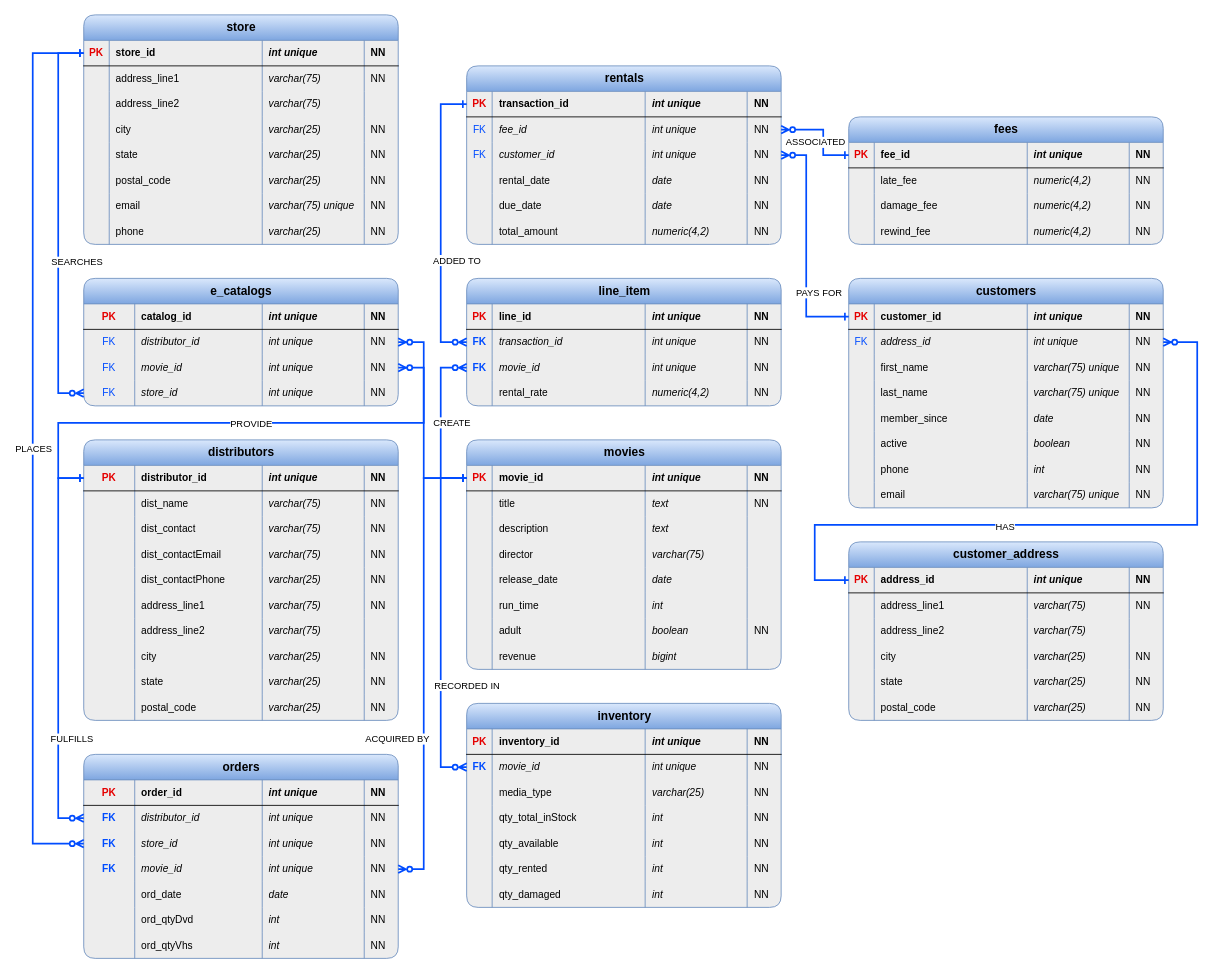
This is mis407-ct4-portfolio-milestone.drawio from argounova/draw-io, a draw.io file, before an edit. Source tidied: cells renumbered, new cells numbered last; positions are measured from the earlier drawing's top-left corner, leaving out a move shared by most shapes. Both pictures are drawn from the tidied source at 85%, with x=0, y=0 at pixel (32, 14).
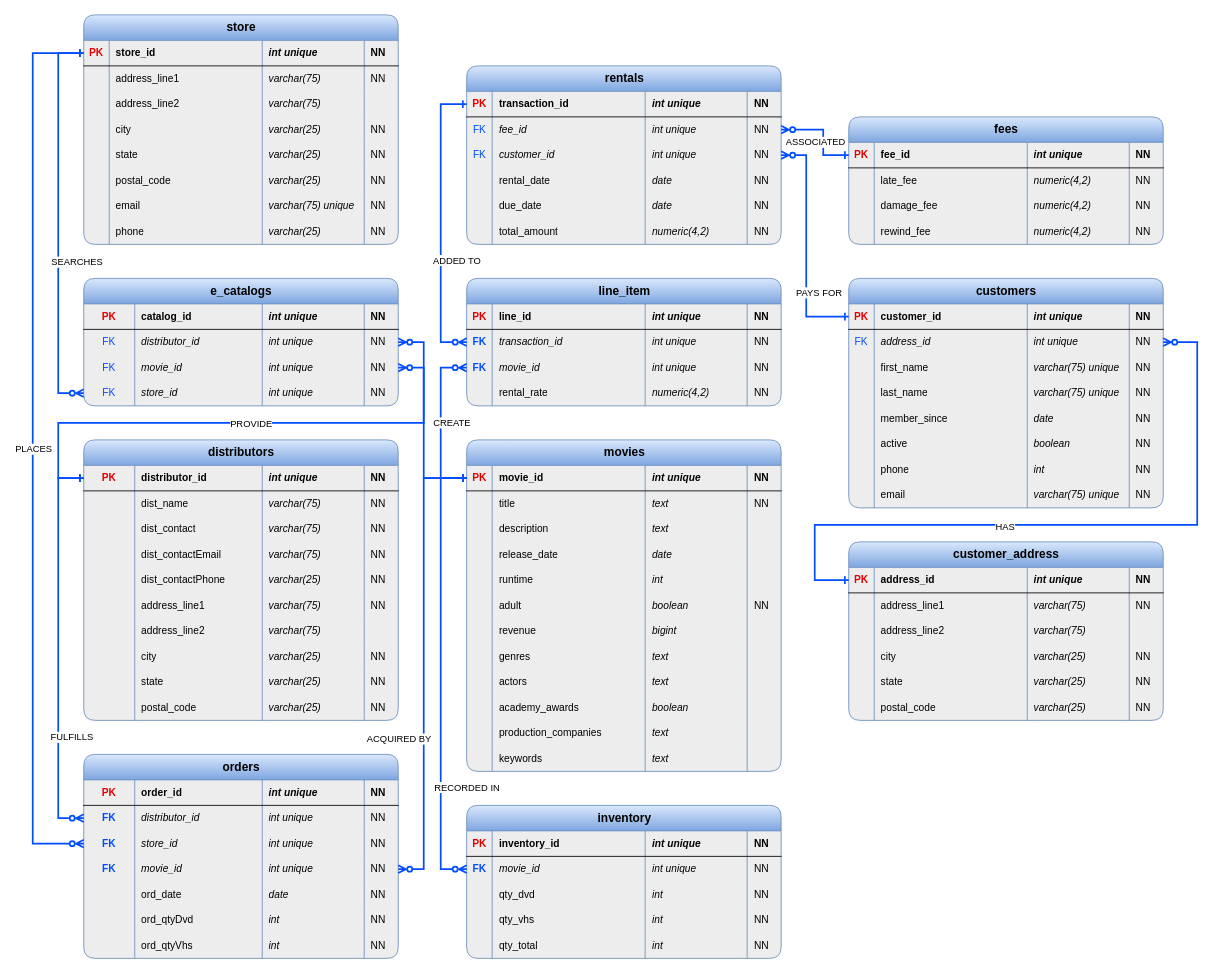
After the change.

Unchanged cells that the change refers to:
```xml
<mxCell id="96" style="shape=tableRow;horizontal=0;startSize=0;swimlaneHead=0;swimlaneBody=0;fillColor=none;points=[[0,0.5],[1,0.5]];portConstraint=eastwest;top=0;left=0;right=0;bottom=1;" parent="95" vertex="1">
  <mxGeometry y="30" width="370" height="30" as="geometry" />
</mxCell>
<mxCell id="353" style="edgeStyle=orthogonalEdgeStyle;fontSize=12;html=1;endArrow=ERone;endFill=0;rounded=0;strokeColor=#004CFF;strokeWidth=2;startArrow=ERzeroToMany;startFill=0;entryX=0;entryY=0.5;entryDx=0;entryDy=0;exitX=0;exitY=0.5;exitDx=0;exitDy=0;" parent="1" edge="1" source="321" target="137">
  <mxGeometry relative="1" as="geometry">
    <Array as="points">
      <mxPoint x="30" y="945" />
      <mxPoint x="30" y="545" />
    </Array>
  </mxGeometry>
</mxCell>
<mxCell id="355" style="edgeStyle=orthogonalEdgeStyle;fontSize=12;html=1;endArrow=ERone;startArrow=ERzeroToMany;rounded=0;exitX=1;exitY=0.5;exitDx=0;exitDy=0;entryX=0;entryY=0.5;entryDx=0;entryDy=0;strokeWidth=2;strokeColor=#004CFF;endFill=0;startFill=0;" parent="1" edge="1" source="331" target="96">
  <mxGeometry relative="1" as="geometry">
    <Array as="points">
      <mxPoint x="460" y="1005" />
      <mxPoint x="460" y="545" />
    </Array>
  </mxGeometry>
</mxCell>
<mxCell id="363" style="shape=tableRow;horizontal=0;startSize=0;swimlaneHead=0;swimlaneBody=0;fillColor=none;points=[[0,0.5],[1,0.5]];portConstraint=eastwest;top=0;left=0;right=0;bottom=0;" parent="357" vertex="1">
  <mxGeometry y="60" width="370" height="30" as="geometry" />
</mxCell>
```

Change to the diagram source:
```diff
@@
     <mxCell id="95" value="movies" style="shape=table;startSize=30;childLayout=tableLayout;rowLines=0;fontStyle=1;align=center;html=1;fontSize=14;fillColor=#dae8fc;gradientColor=#7ea6e0;strokeColor=#6c8ebf;swimlaneFillColor=#EDEDED;rounded=1;shadow=0;" parent="1" vertex="1">
-      <mxGeometry x="510.5" y="500" width="370" height="270" as="geometry" />
+      <mxGeometry x="510.5" y="500" width="370" height="390" as="geometry" />
     </mxCell>
@@
-    <mxCell id="111" style="shape=tableRow;horizontal=0;startSize=0;swimlaneHead=0;swimlaneBody=0;fillColor=none;top=0;left=0;right=0;bottom=0;" parent="95" vertex="1">
-      <mxGeometry y="120" width="370" height="30" as="geometry" />
-    </mxCell>
-    <mxCell id="112" style="shape=partialRectangle;fillColor=none;top=0;left=0;bottom=0;right=0;overflow=hidden;whiteSpace=wrap;html=1;" parent="111" vertex="1">
-      <mxGeometry width="30" height="30" as="geometry" />
-    </mxCell>
-    <mxCell id="113" value="director" style="shape=partialRectangle;fillColor=none;top=0;left=0;bottom=0;right=0;align=left;spacingLeft=6;overflow=hidden;whiteSpace=wrap;html=1;shadow=1;" parent="111" vertex="1">
-      <mxGeometry x="30" width="180" height="30" as="geometry" />
-    </mxCell>
-    <mxCell id="114" value="varchar(75)&amp;nbsp;" style="shape=partialRectangle;fillColor=none;top=0;left=0;bottom=0;right=0;align=left;spacingLeft=6;overflow=hidden;whiteSpace=wrap;html=1;shadow=1;fontStyle=2;" parent="111" vertex="1">
-      <mxGeometry x="210" width="120" height="30" as="geometry" />
-    </mxCell>
-    <mxCell id="115" style="shape=partialRectangle;fillColor=none;top=0;left=0;bottom=0;right=0;align=left;spacingLeft=6;overflow=hidden;whiteSpace=wrap;html=1;shadow=1;" parent="111" vertex="1">
-      <mxGeometry x="330" width="40" height="30" as="geometry" />
-    </mxCell>
     <mxCell id="116" style="shape=tableRow;horizontal=0;startSize=0;swimlaneHead=0;swimlaneBody=0;fillColor=none;top=0;left=0;right=0;bottom=0;" parent="95" vertex="1">
-      <mxGeometry y="150" width="370" height="30" as="geometry" />
+      <mxGeometry y="120" width="370" height="30" as="geometry" />
     </mxCell>
@@
     <mxCell id="121" style="shape=tableRow;horizontal=0;startSize=0;swimlaneHead=0;swimlaneBody=0;fillColor=none;top=0;left=0;right=0;bottom=0;" parent="95" vertex="1">
-      <mxGeometry y="180" width="370" height="30" as="geometry" />
+      <mxGeometry y="150" width="370" height="30" as="geometry" />
     </mxCell>
@@
-    <mxCell id="123" value="run_time" style="shape=partialRectangle;fillColor=none;top=0;left=0;bottom=0;right=0;align=left;spacingLeft=6;overflow=hidden;whiteSpace=wrap;html=1;" parent="121" vertex="1">
+    <mxCell id="123" value="runtime&amp;nbsp;" style="shape=partialRectangle;fillColor=none;top=0;left=0;bottom=0;right=0;align=left;spacingLeft=6;overflow=hidden;whiteSpace=wrap;html=1;" parent="121" vertex="1">
       <mxGeometry x="30" width="180" height="30" as="geometry" />
     </mxCell>
@@
     <mxCell id="126" style="shape=tableRow;horizontal=0;startSize=0;swimlaneHead=0;swimlaneBody=0;fillColor=none;top=0;left=0;right=0;bottom=0;" parent="95" vertex="1">
-      <mxGeometry y="210" width="370" height="30" as="geometry" />
+      <mxGeometry y="180" width="370" height="30" as="geometry" />
     </mxCell>
@@
     <mxCell id="131" style="shape=tableRow;horizontal=0;startSize=0;swimlaneHead=0;swimlaneBody=0;fillColor=none;top=0;left=0;right=0;bottom=0;" parent="95" vertex="1">
-      <mxGeometry y="240" width="370" height="30" as="geometry" />
+      <mxGeometry y="210" width="370" height="30" as="geometry" />
     </mxCell>
@@
-    <mxCell id="134" value="bigint" style="shape=partialRectangle;fillColor=none;top=0;left=0;bottom=0;right=0;align=left;spacingLeft=6;overflow=hidden;whiteSpace=wrap;html=1;fontStyle=2;" parent="131" vertex="1">
+    <mxCell id="134" value="bigint&amp;nbsp;" style="shape=partialRectangle;fillColor=none;top=0;left=0;bottom=0;right=0;align=left;spacingLeft=6;overflow=hidden;whiteSpace=wrap;html=1;fontStyle=2;" parent="131" vertex="1">
       <mxGeometry x="210" width="120" height="30" as="geometry" />
     </mxCell>
@@
+    <mxCell id="396" style="shape=tableRow;horizontal=0;startSize=0;swimlaneHead=0;swimlaneBody=0;fillColor=none;top=0;left=0;right=0;bottom=0;" parent="95" vertex="1">
+      <mxGeometry y="240" width="370" height="30" as="geometry" />
+    </mxCell>
+    <mxCell id="397" style="shape=partialRectangle;fillColor=none;top=0;left=0;bottom=0;right=0;overflow=hidden;whiteSpace=wrap;html=1;" parent="396" vertex="1">
+      <mxGeometry width="30" height="30" as="geometry" />
+    </mxCell>
+    <mxCell id="398" value="genres" style="shape=partialRectangle;fillColor=none;top=0;left=0;bottom=0;right=0;align=left;spacingLeft=6;overflow=hidden;whiteSpace=wrap;html=1;" parent="396" vertex="1">
+      <mxGeometry x="30" width="180" height="30" as="geometry" />
+    </mxCell>
+    <mxCell id="399" value="text&amp;nbsp;" style="shape=partialRectangle;fillColor=none;top=0;left=0;bottom=0;right=0;align=left;spacingLeft=6;overflow=hidden;whiteSpace=wrap;html=1;fontStyle=2;" parent="396" vertex="1">
+      <mxGeometry x="210" width="120" height="30" as="geometry" />
+    </mxCell>
+    <mxCell id="400" style="shape=partialRectangle;fillColor=none;top=0;left=0;bottom=0;right=0;align=left;spacingLeft=6;overflow=hidden;whiteSpace=wrap;html=1;" parent="396" vertex="1">
+      <mxGeometry x="330" width="40" height="30" as="geometry" />
+    </mxCell>
+    <mxCell id="401" style="shape=tableRow;horizontal=0;startSize=0;swimlaneHead=0;swimlaneBody=0;fillColor=none;top=0;left=0;right=0;bottom=0;" parent="95" vertex="1">
+      <mxGeometry y="270" width="370" height="30" as="geometry" />
+    </mxCell>
+    <mxCell id="402" style="shape=partialRectangle;fillColor=none;top=0;left=0;bottom=0;right=0;overflow=hidden;whiteSpace=wrap;html=1;" parent="401" vertex="1">
+      <mxGeometry width="30" height="30" as="geometry" />
+    </mxCell>
+    <mxCell id="403" value="actors" style="shape=partialRectangle;fillColor=none;top=0;left=0;bottom=0;right=0;align=left;spacingLeft=6;overflow=hidden;whiteSpace=wrap;html=1;" parent="401" vertex="1">
+      <mxGeometry x="30" width="180" height="30" as="geometry" />
+    </mxCell>
+    <mxCell id="404" value="text&amp;nbsp;" style="shape=partialRectangle;fillColor=none;top=0;left=0;bottom=0;right=0;align=left;spacingLeft=6;overflow=hidden;whiteSpace=wrap;html=1;fontStyle=2;" parent="401" vertex="1">
+      <mxGeometry x="210" width="120" height="30" as="geometry" />
+    </mxCell>
+    <mxCell id="405" style="shape=partialRectangle;fillColor=none;top=0;left=0;bottom=0;right=0;align=left;spacingLeft=6;overflow=hidden;whiteSpace=wrap;html=1;" parent="401" vertex="1">
+      <mxGeometry x="330" width="40" height="30" as="geometry" />
+    </mxCell>
+    <mxCell id="406" style="shape=tableRow;horizontal=0;startSize=0;swimlaneHead=0;swimlaneBody=0;fillColor=none;top=0;left=0;right=0;bottom=0;" parent="95" vertex="1">
+      <mxGeometry y="300" width="370" height="30" as="geometry" />
+    </mxCell>
+    <mxCell id="407" style="shape=partialRectangle;fillColor=none;top=0;left=0;bottom=0;right=0;overflow=hidden;whiteSpace=wrap;html=1;" parent="406" vertex="1">
+      <mxGeometry width="30" height="30" as="geometry" />
+    </mxCell>
+    <mxCell id="408" value="academy_awards" style="shape=partialRectangle;fillColor=none;top=0;left=0;bottom=0;right=0;align=left;spacingLeft=6;overflow=hidden;whiteSpace=wrap;html=1;" parent="406" vertex="1">
+      <mxGeometry x="30" width="180" height="30" as="geometry" />
+    </mxCell>
+    <mxCell id="409" value="boolean&amp;nbsp;" style="shape=partialRectangle;fillColor=none;top=0;left=0;bottom=0;right=0;align=left;spacingLeft=6;overflow=hidden;whiteSpace=wrap;html=1;fontStyle=2;" parent="406" vertex="1">
+      <mxGeometry x="210" width="120" height="30" as="geometry" />
+    </mxCell>
+    <mxCell id="410" style="shape=partialRectangle;fillColor=none;top=0;left=0;bottom=0;right=0;align=left;spacingLeft=6;overflow=hidden;whiteSpace=wrap;html=1;" parent="406" vertex="1">
+      <mxGeometry x="330" width="40" height="30" as="geometry" />
+    </mxCell>
+    <mxCell id="411" style="shape=tableRow;horizontal=0;startSize=0;swimlaneHead=0;swimlaneBody=0;fillColor=none;top=0;left=0;right=0;bottom=0;" parent="95" vertex="1">
+      <mxGeometry y="330" width="370" height="30" as="geometry" />
+    </mxCell>
+    <mxCell id="412" style="shape=partialRectangle;fillColor=none;top=0;left=0;bottom=0;right=0;overflow=hidden;whiteSpace=wrap;html=1;" parent="411" vertex="1">
+      <mxGeometry width="30" height="30" as="geometry" />
+    </mxCell>
+    <mxCell id="413" value="production_companies" style="shape=partialRectangle;fillColor=none;top=0;left=0;bottom=0;right=0;align=left;spacingLeft=6;overflow=hidden;whiteSpace=wrap;html=1;" parent="411" vertex="1">
+      <mxGeometry x="30" width="180" height="30" as="geometry" />
+    </mxCell>
+    <mxCell id="414" value="text&amp;nbsp;" style="shape=partialRectangle;fillColor=none;top=0;left=0;bottom=0;right=0;align=left;spacingLeft=6;overflow=hidden;whiteSpace=wrap;html=1;fontStyle=2;" parent="411" vertex="1">
+      <mxGeometry x="210" width="120" height="30" as="geometry" />
+    </mxCell>
+    <mxCell id="415" style="shape=partialRectangle;fillColor=none;top=0;left=0;bottom=0;right=0;align=left;spacingLeft=6;overflow=hidden;whiteSpace=wrap;html=1;" parent="411" vertex="1">
+      <mxGeometry x="330" width="40" height="30" as="geometry" />
+    </mxCell>
+    <mxCell id="416" style="shape=tableRow;horizontal=0;startSize=0;swimlaneHead=0;swimlaneBody=0;fillColor=none;top=0;left=0;right=0;bottom=0;" parent="95" vertex="1">
+      <mxGeometry y="360" width="370" height="30" as="geometry" />
+    </mxCell>
+    <mxCell id="417" style="shape=partialRectangle;fillColor=none;top=0;left=0;bottom=0;right=0;overflow=hidden;whiteSpace=wrap;html=1;" parent="416" vertex="1">
+      <mxGeometry width="30" height="30" as="geometry" />
+    </mxCell>
+    <mxCell id="418" value="keywords" style="shape=partialRectangle;fillColor=none;top=0;left=0;bottom=0;right=0;align=left;spacingLeft=6;overflow=hidden;whiteSpace=wrap;html=1;" parent="416" vertex="1">
+      <mxGeometry x="30" width="180" height="30" as="geometry" />
+    </mxCell>
+    <mxCell id="419" value="text&amp;nbsp;" style="shape=partialRectangle;fillColor=none;top=0;left=0;bottom=0;right=0;align=left;spacingLeft=6;overflow=hidden;whiteSpace=wrap;html=1;fontStyle=2;" parent="416" vertex="1">
+      <mxGeometry x="210" width="120" height="30" as="geometry" />
+    </mxCell>
+    <mxCell id="420" style="shape=partialRectangle;fillColor=none;top=0;left=0;bottom=0;right=0;align=left;spacingLeft=6;overflow=hidden;whiteSpace=wrap;html=1;" parent="416" vertex="1">
+      <mxGeometry x="330" width="40" height="30" as="geometry" />
+    </mxCell>
@@
     <mxCell id="354" value="FULFILLS" style="edgeLabel;html=1;align=center;verticalAlign=middle;" parent="353" vertex="1">
       <mxGeometry x="0.04" relative="1" as="geometry">
-        <mxPoint x="15" y="115" as="offset" />
+        <mxPoint x="15" y="113" as="offset" />
       </mxGeometry>
     </mxCell>
@@
     <mxCell id="356" value="ACQUIRED BY" style="edgeLabel;html=1;align=center;verticalAlign=middle;" parent="355" vertex="1">
       <mxGeometry x="-0.37" y="2" relative="1" as="geometry">
-        <mxPoint x="-30" y="-14" as="offset" />
+        <mxPoint x="-28" y="-14" as="offset" />
       </mxGeometry>
     </mxCell>
     <mxCell id="357" value="inventory" style="shape=table;startSize=30;childLayout=tableLayout;rowLines=0;fontStyle=1;align=center;html=1;fontSize=14;fillColor=#dae8fc;gradientColor=#7ea6e0;strokeColor=#6c8ebf;swimlaneFillColor=#EDEDED;rounded=1;shadow=0;" parent="1" vertex="1">
-      <mxGeometry x="510.5" y="810" width="370" height="240" as="geometry" />
+      <mxGeometry x="510.5" y="930" width="370" height="180" as="geometry" />
     </mxCell>
@@
-    <mxCell id="368" style="shape=tableRow;horizontal=0;startSize=0;swimlaneHead=0;swimlaneBody=0;fillColor=none;top=0;left=0;right=0;bottom=0;" parent="357" vertex="1">
-      <mxGeometry y="90" width="370" height="30" as="geometry" />
-    </mxCell>
-    <mxCell id="369" style="shape=partialRectangle;fillColor=none;top=0;left=0;bottom=0;right=0;overflow=hidden;whiteSpace=wrap;html=1;" parent="368" vertex="1">
-      <mxGeometry width="30" height="30" as="geometry" />
-    </mxCell>
-    <mxCell id="370" value="media_type&lt;span style=&quot;white-space: pre;&quot;&gt;&#9;&lt;/span&gt;" style="shape=partialRectangle;fillColor=none;top=0;left=0;bottom=0;right=0;align=left;spacingLeft=6;overflow=hidden;whiteSpace=wrap;html=1;fontStyle=0;" parent="368" vertex="1">
-      <mxGeometry x="30" width="180" height="30" as="geometry" />
-    </mxCell>
-    <mxCell id="371" value="varchar(25)&amp;nbsp;" style="shape=partialRectangle;fillColor=none;top=0;left=0;bottom=0;right=0;align=left;spacingLeft=6;overflow=hidden;whiteSpace=wrap;html=1;fontStyle=2;" parent="368" vertex="1">
-      <mxGeometry x="210" width="120" height="30" as="geometry" />
-    </mxCell>
-    <mxCell id="372" value="NN" style="shape=partialRectangle;fillColor=none;top=0;left=0;bottom=0;right=0;align=left;spacingLeft=6;overflow=hidden;whiteSpace=wrap;html=1;" parent="368" vertex="1">
-      <mxGeometry x="330" width="40" height="30" as="geometry" />
-    </mxCell>
-    <mxCell id="373" style="shape=tableRow;horizontal=0;startSize=0;swimlaneHead=0;swimlaneBody=0;fillColor=none;top=0;left=0;right=0;bottom=0;" parent="357" vertex="1">
-      <mxGeometry y="120" width="370" height="30" as="geometry" />
-    </mxCell>
-    <mxCell id="374" style="shape=partialRectangle;fillColor=none;top=0;left=0;bottom=0;right=0;overflow=hidden;whiteSpace=wrap;html=1;" parent="373" vertex="1">
-      <mxGeometry width="30" height="30" as="geometry" />
-    </mxCell>
-    <mxCell id="375" value="qty_total_inStock" style="shape=partialRectangle;fillColor=none;top=0;left=0;bottom=0;right=0;align=left;spacingLeft=6;overflow=hidden;whiteSpace=wrap;html=1;" parent="373" vertex="1">
-      <mxGeometry x="30" width="180" height="30" as="geometry" />
-    </mxCell>
-    <mxCell id="376" value="int&amp;nbsp;" style="shape=partialRectangle;fillColor=none;top=0;left=0;bottom=0;right=0;align=left;spacingLeft=6;overflow=hidden;whiteSpace=wrap;html=1;fontStyle=2;" parent="373" vertex="1">
-      <mxGeometry x="210" width="120" height="30" as="geometry" />
-    </mxCell>
-    <mxCell id="377" value="NN" style="shape=partialRectangle;fillColor=none;top=0;left=0;bottom=0;right=0;align=left;spacingLeft=6;overflow=hidden;whiteSpace=wrap;html=1;" parent="373" vertex="1">
-      <mxGeometry x="330" width="40" height="30" as="geometry" />
-    </mxCell>
     <mxCell id="378" style="shape=tableRow;horizontal=0;startSize=0;swimlaneHead=0;swimlaneBody=0;fillColor=none;top=0;left=0;right=0;bottom=0;" parent="357" vertex="1">
-      <mxGeometry y="150" width="370" height="30" as="geometry" />
+      <mxGeometry y="90" width="370" height="30" as="geometry" />
     </mxCell>
@@
-    <mxCell id="380" value="qty_available" style="shape=partialRectangle;fillColor=none;top=0;left=0;bottom=0;right=0;align=left;spacingLeft=6;overflow=hidden;whiteSpace=wrap;html=1;shadow=1;" parent="378" vertex="1">
+    <mxCell id="380" value="qty_dvd&amp;nbsp;" style="shape=partialRectangle;fillColor=none;top=0;left=0;bottom=0;right=0;align=left;spacingLeft=6;overflow=hidden;whiteSpace=wrap;html=1;shadow=1;" parent="378" vertex="1">
       <mxGeometry x="30" width="180" height="30" as="geometry" />
     </mxCell>
@@
     <mxCell id="383" style="shape=tableRow;horizontal=0;startSize=0;swimlaneHead=0;swimlaneBody=0;fillColor=none;top=0;left=0;right=0;bottom=0;" parent="357" vertex="1">
-      <mxGeometry y="180" width="370" height="30" as="geometry" />
+      <mxGeometry y="120" width="370" height="30" as="geometry" />
     </mxCell>
@@
-    <mxCell id="385" value="qty_rented" style="shape=partialRectangle;fillColor=none;top=0;left=0;bottom=0;right=0;align=left;spacingLeft=6;overflow=hidden;whiteSpace=wrap;html=1;" parent="383" vertex="1">
+    <mxCell id="385" value="qty_vhs&amp;nbsp;" style="shape=partialRectangle;fillColor=none;top=0;left=0;bottom=0;right=0;align=left;spacingLeft=6;overflow=hidden;whiteSpace=wrap;html=1;" parent="383" vertex="1">
       <mxGeometry x="30" width="180" height="30" as="geometry" />
     </mxCell>
@@
     <mxCell id="388" style="shape=tableRow;horizontal=0;startSize=0;swimlaneHead=0;swimlaneBody=0;fillColor=none;top=0;left=0;right=0;bottom=0;" parent="357" vertex="1">
-      <mxGeometry y="210" width="370" height="30" as="geometry" />
+      <mxGeometry y="150" width="370" height="30" as="geometry" />
     </mxCell>
@@
-    <mxCell id="390" value="qty_damaged" style="shape=partialRectangle;fillColor=none;top=0;left=0;bottom=0;right=0;align=left;spacingLeft=6;overflow=hidden;whiteSpace=wrap;html=1;" parent="388" vertex="1">
+    <mxCell id="390" value="qty_total&amp;nbsp;" style="shape=partialRectangle;fillColor=none;top=0;left=0;bottom=0;right=0;align=left;spacingLeft=6;overflow=hidden;whiteSpace=wrap;html=1;" parent="388" vertex="1">
       <mxGeometry x="30" width="180" height="30" as="geometry" />
     </mxCell>
@@
     <mxCell id="393" style="edgeStyle=orthogonalEdgeStyle;fontSize=12;html=1;endArrow=ERone;endFill=1;rounded=0;strokeColor=#004CFF;strokeWidth=2;startArrow=ERzeroToMany;startFill=0;entryX=0;entryY=0.5;entryDx=0;entryDy=0;exitX=0;exitY=0.5;exitDx=0;exitDy=0;" parent="1" edge="1" source="363" target="96">
       <mxGeometry relative="1" as="geometry">
         <Array as="points">
-          <mxPoint x="480" y="885" />
+          <mxPoint x="480" y="1005" />
           <mxPoint x="480" y="545" />
         </Array>
       </mxGeometry>
     </mxCell>
     <mxCell id="394" value="RECORDED IN" style="edgeLabel;html=1;align=center;verticalAlign=middle;" parent="393" vertex="1">
       <mxGeometry x="0.16" y="1" relative="1" as="geometry">
-        <mxPoint x="31" y="106" as="offset" />
+        <mxPoint x="31" y="175" as="offset" />
       </mxGeometry>
     </mxCell>
```
